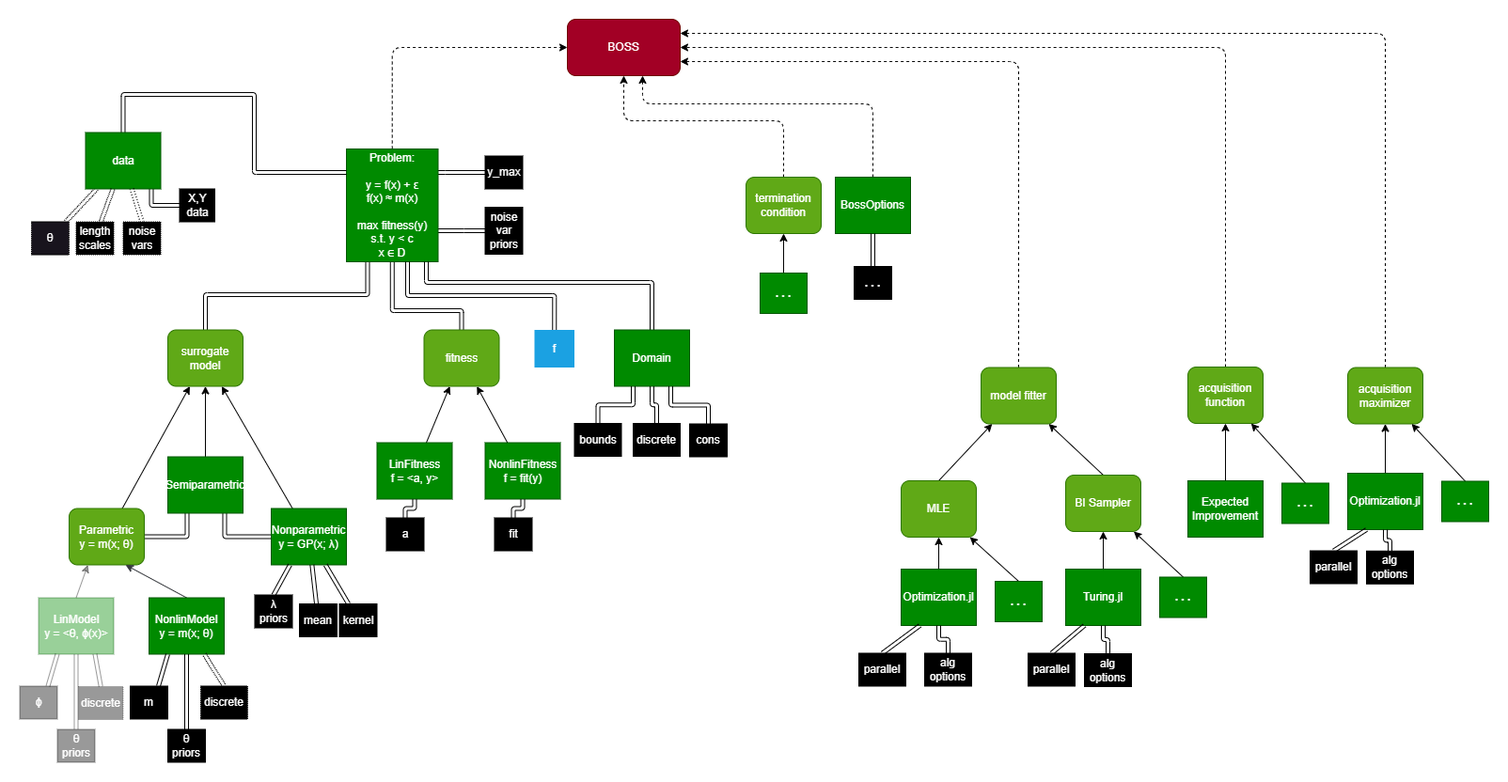
The draw.io diagram diagram/boss_inputs.drawio.png in soldasim/BOSS.jl, before a commit. Source tidied: cells renumbered, new cells last; positions are measured from the earlier drawing's top-left corner, leaving out a move shared by most shapes.
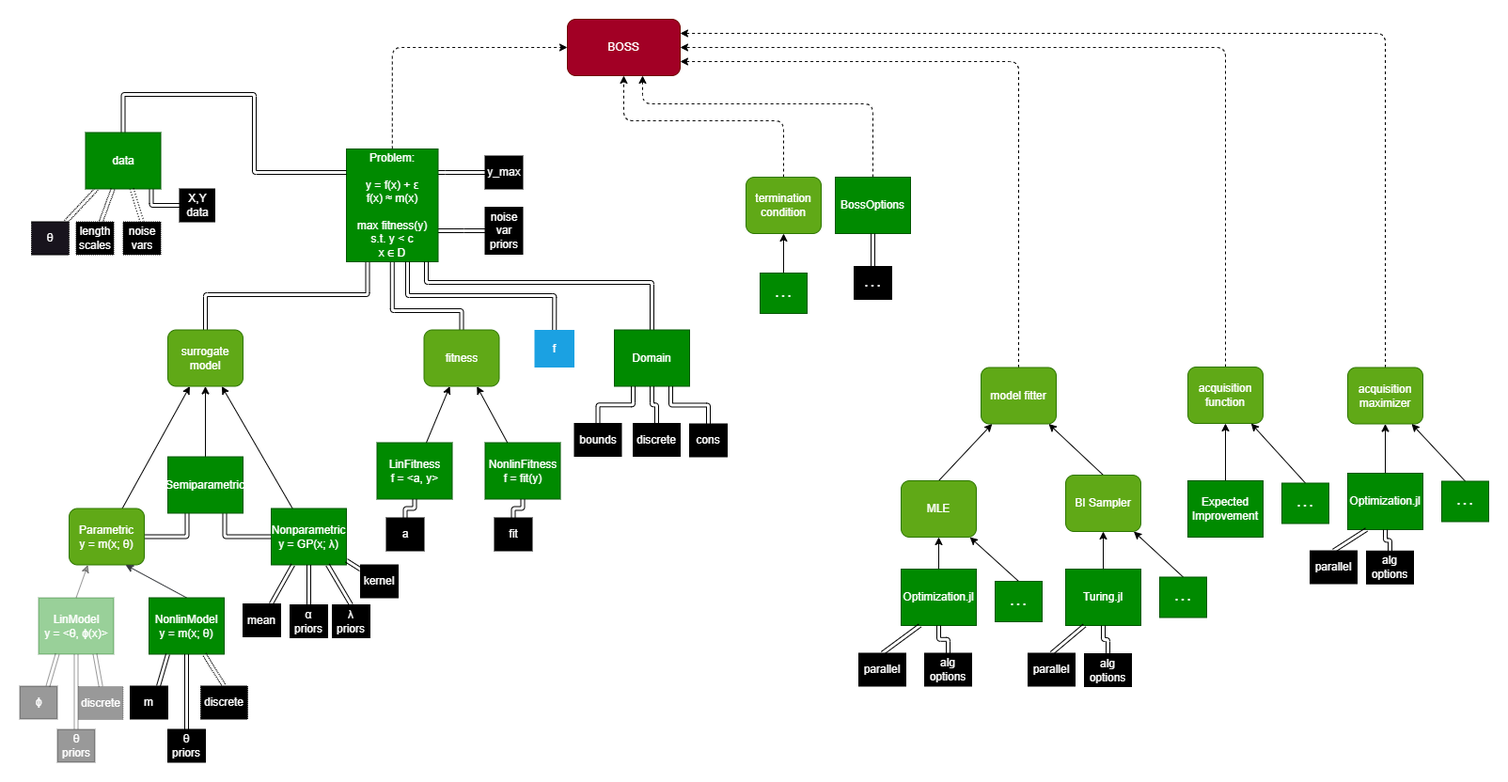
Later version of the same file.

Change to the diagram source:
```diff
@@ -137,11 +137,11 @@
     <mxCell id="40" value="NonlinModel&lt;br&gt;y = m(x; θ)" style="rounded=0;whiteSpace=wrap;html=1;fillColor=#008a00;fontColor=#ffffff;strokeColor=#005700;" parent="1" vertex="1">
       <mxGeometry x="137" y="615.5" width="80" height="60" as="geometry" />
     </mxCell>
-    <mxCell id="41" style="shape=link;rounded=1;html=1;exitX=0.5;exitY=0;exitDx=0;exitDy=0;entryX=0.25;entryY=1;entryDx=0;entryDy=0;strokeColor=default;fontColor=#FFFFFF;" parent="1" edge="1" source="42" target="17">
+    <mxCell id="41" style="shape=link;rounded=1;html=1;exitX=0.5;exitY=0;exitDx=0;exitDy=0;strokeColor=default;fontColor=#FFFFFF;entryX=0.75;entryY=1;entryDx=0;entryDy=0;" parent="1" edge="1" source="42" target="17">
       <mxGeometry relative="1" as="geometry" />
     </mxCell>
     <mxCell id="42" value="λ&#10;priors" style="rounded=0;whiteSpace=wrap;labelBackgroundColor=none;fontColor=#FFFFFF;fillStyle=solid;fillColor=#000000;" parent="1" vertex="1">
-      <mxGeometry x="249.5" y="612.5" width="40" height="35" as="geometry" />
+      <mxGeometry x="332" y="623" width="40" height="35" as="geometry" />
     </mxCell>
     <mxCell id="43" style="edgeStyle=orthogonalEdgeStyle;shape=link;html=1;exitX=0;exitY=0.5;exitDx=0;exitDy=0;" parent="1" edge="1" source="44" target="56">
       <mxGeometry relative="1" as="geometry">
@@ -230,13 +230,13 @@
       <mxGeometry relative="1" as="geometry" />
     </mxCell>
     <mxCell id="62" value="mean" style="rounded=0;whiteSpace=wrap;labelBackgroundColor=none;fontColor=#FFFFFF;fillStyle=solid;fillColor=#000000;" parent="1" vertex="1">
-      <mxGeometry x="297" y="622" width="40" height="35" as="geometry" />
+      <mxGeometry x="237" y="622" width="40" height="35" as="geometry" />
     </mxCell>
     <mxCell id="63" style="rounded=1;html=1;strokeColor=default;fontSize=18;fontColor=#FFFFFF;shape=link;" parent="1" edge="1" source="64" target="17">
       <mxGeometry relative="1" as="geometry" />
     </mxCell>
     <mxCell id="64" value="kernel" style="rounded=0;whiteSpace=wrap;labelBackgroundColor=none;fontColor=#FFFFFF;fillStyle=solid;fillColor=#000000;" parent="1" vertex="1">
-      <mxGeometry x="339.5" y="622" width="40" height="35" as="geometry" />
+      <mxGeometry x="362" y="580.5" width="40" height="35" as="geometry" />
     </mxCell>
     <mxCell id="65" style="shape=link;rounded=1;html=1;strokeColor=default;fontSize=18;fontColor=#FFFFFF;dashed=1;dashPattern=1 1;" parent="1" edge="1" source="66" target="60">
       <mxGeometry relative="1" as="geometry" />
@@ -409,5 +409,11 @@
     <mxCell id="116" value="parallel" style="rounded=0;whiteSpace=wrap;labelBackgroundColor=none;fontColor=#FFFFFF;fillStyle=solid;fillColor=#000000;" parent="1" vertex="1">
       <mxGeometry x="1372" y="565.5" width="50" height="35" as="geometry" />
     </mxCell>
+    <mxCell id="117" style="edgeStyle=none;html=1;exitX=0.5;exitY=0;exitDx=0;exitDy=0;entryX=0.5;entryY=1;entryDx=0;entryDy=0;shape=link;" parent="1" edge="1" source="118" target="17">
+      <mxGeometry relative="1" as="geometry" />
+    </mxCell>
+    <mxCell id="118" value="α priors" style="rounded=0;whiteSpace=wrap;labelBackgroundColor=none;fontColor=#FFFFFF;fillStyle=solid;fillColor=#000000;" parent="1" vertex="1">
+      <mxGeometry x="287" y="623" width="40" height="35" as="geometry" />
+    </mxCell>
   </root>
 </mxGraphModel>
```
